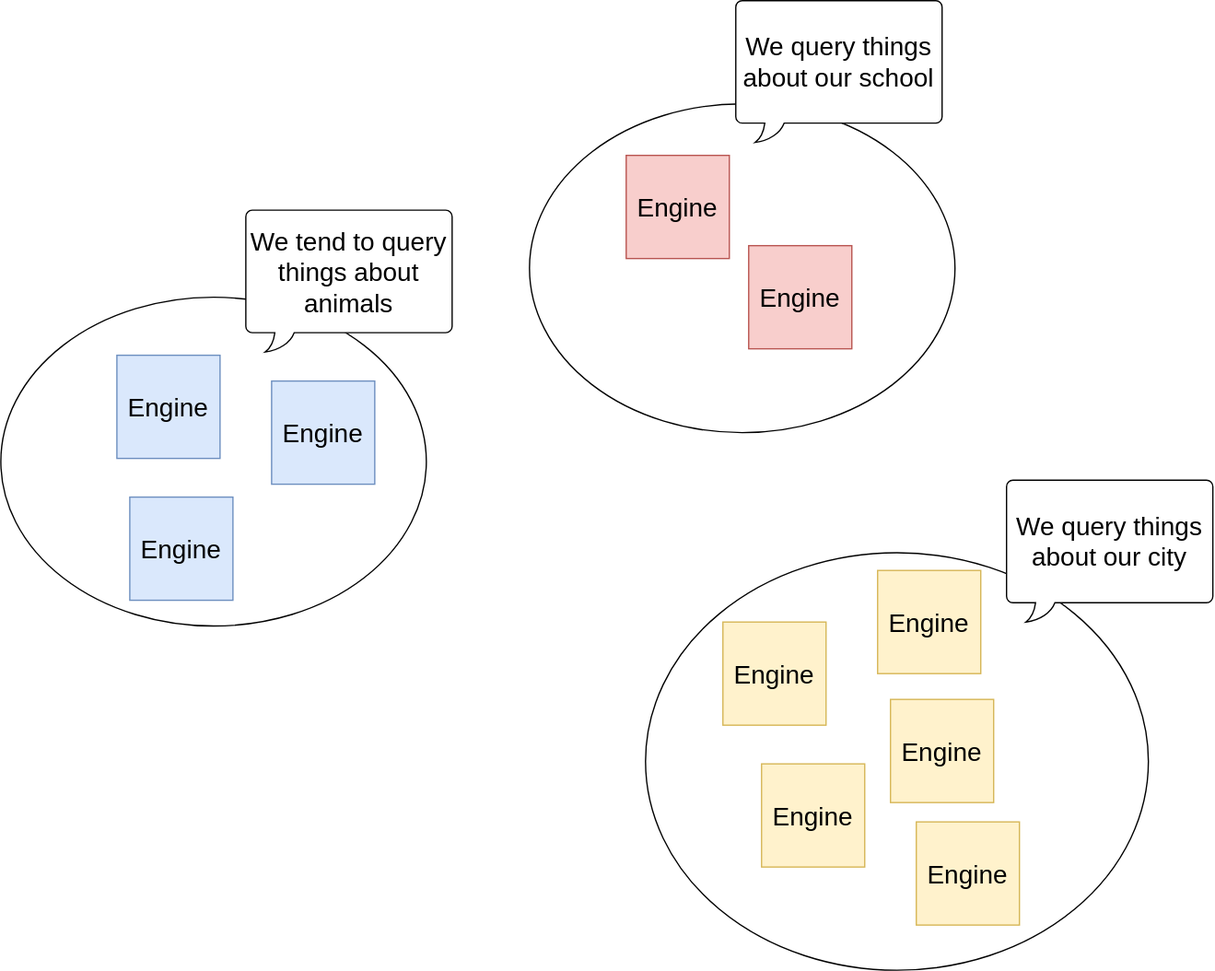
Above: images/unstructured_caching.svg in constraintAutomaton/presentation-iswc-2023-doctoral-consortium-collaboravite-engine (draw.io), before the change. Source tidied: cells renumbered, new cells last; positions are measured from the earlier drawing's top-left corner, leaving out a move shared by most shapes. The source it was exported from:
```xml
<mxGraphModel>
  <root>
    <mxCell id="0" />
    <mxCell id="1" parent="0" />
    <mxCell id="2" style="ellipse;whiteSpace=wrap;html=1;" parent="1" vertex="1">
      <mxGeometry x="500" y="428.1" width="390" height="323.8" as="geometry" />
    </mxCell>
    <mxCell id="3" style="ellipse;whiteSpace=wrap;html=1;" parent="1" vertex="1">
      <mxGeometry x="410" y="80" width="330" height="255" as="geometry" />
    </mxCell>
    <mxCell id="4" style="ellipse;whiteSpace=wrap;html=1;" parent="1" vertex="1">
      <mxGeometry y="230" width="330" height="255" as="geometry" />
    </mxCell>
    <mxCell id="5" value="&lt;font style=&quot;font-size: 20px;&quot;&gt;Engine&lt;/font&gt;" style="whiteSpace=wrap;html=1;fillColor=#dae8fc;strokeColor=#6c8ebf;fontSize=20;" parent="1" vertex="1">
      <mxGeometry x="90" y="275" width="80" height="80" as="geometry" />
    </mxCell>
    <mxCell id="6" value="&lt;font style=&quot;font-size: 20px;&quot;&gt;Engine&lt;/font&gt;" style="whiteSpace=wrap;html=1;fillColor=#dae8fc;strokeColor=#6c8ebf;fontSize=20;" parent="1" vertex="1">
      <mxGeometry x="100" y="385" width="80" height="80" as="geometry" />
    </mxCell>
    <mxCell id="7" value="&lt;font style=&quot;font-size: 20px;&quot;&gt;Engine&lt;/font&gt;" style="whiteSpace=wrap;html=1;fillColor=#dae8fc;strokeColor=#6c8ebf;fontSize=20;" parent="1" vertex="1">
      <mxGeometry x="210" y="295" width="80" height="80" as="geometry" />
    </mxCell>
    <mxCell id="8" value="&lt;font style=&quot;font-size: 20px;&quot;&gt;Engine&lt;/font&gt;" style="whiteSpace=wrap;html=1;fillColor=#fff2cc;strokeColor=#d6b656;fontSize=20;" parent="1" vertex="1">
      <mxGeometry x="560" y="481.9" width="80" height="80" as="geometry" />
    </mxCell>
    <mxCell id="9" value="&lt;font style=&quot;font-size: 20px;&quot;&gt;Engine&lt;/font&gt;" style="whiteSpace=wrap;html=1;fillColor=#fff2cc;strokeColor=#d6b656;fontSize=20;" parent="1" vertex="1">
      <mxGeometry x="590" y="591.9" width="80" height="80" as="geometry" />
    </mxCell>
    <mxCell id="10" value="&lt;font style=&quot;font-size: 20px;&quot;&gt;Engine&lt;/font&gt;" style="whiteSpace=wrap;html=1;fillColor=#fff2cc;strokeColor=#d6b656;fontSize=20;" parent="1" vertex="1">
      <mxGeometry x="680" y="441.9" width="80" height="80" as="geometry" />
    </mxCell>
    <mxCell id="11" value="&lt;font style=&quot;font-size: 20px;&quot;&gt;Engine&lt;/font&gt;" style="whiteSpace=wrap;html=1;fillColor=#fff2cc;strokeColor=#d6b656;fontSize=20;" parent="1" vertex="1">
      <mxGeometry x="690" y="541.9" width="80" height="80" as="geometry" />
    </mxCell>
    <mxCell id="12" value="&lt;font style=&quot;font-size: 20px;&quot;&gt;Engine&lt;/font&gt;" style="whiteSpace=wrap;html=1;fillColor=#fff2cc;strokeColor=#d6b656;fontSize=20;" parent="1" vertex="1">
      <mxGeometry x="710" y="636.9" width="80" height="80" as="geometry" />
    </mxCell>
    <mxCell id="13" value="&lt;font style=&quot;font-size: 20px;&quot;&gt;Engine&lt;/font&gt;" style="whiteSpace=wrap;html=1;fillColor=#f8cecc;strokeColor=#b85450;" parent="1" vertex="1">
      <mxGeometry x="485" y="120" width="80" height="80" as="geometry" />
    </mxCell>
    <mxCell id="14" value="&lt;font style=&quot;font-size: 20px;&quot;&gt;Engine&lt;/font&gt;" style="whiteSpace=wrap;html=1;fillColor=#f8cecc;strokeColor=#b85450;fontSize=20;" parent="1" vertex="1">
      <mxGeometry x="580" y="190" width="80" height="80" as="geometry" />
    </mxCell>
    <mxCell id="15" value="&lt;font style=&quot;font-size: 20px;&quot;&gt;We tend to query things about animals&lt;br style=&quot;font-size: 20px;&quot;&gt;&lt;/font&gt;" style="whiteSpace=wrap;html=1;shape=mxgraph.basic.roundRectCallout;dx=30;dy=15;size=5;boundedLbl=1;fontSize=20;" parent="1" vertex="1">
      <mxGeometry x="190" y="162.5" width="160" height="110" as="geometry" />
    </mxCell>
    <mxCell id="16" value="&lt;font style=&quot;&quot;&gt;&lt;font style=&quot;font-size: 20px;&quot;&gt;We query things about our school&lt;/font&gt;&lt;br&gt;&lt;/font&gt;" style="whiteSpace=wrap;html=1;shape=mxgraph.basic.roundRectCallout;dx=30;dy=15;size=5;boundedLbl=1;" parent="1" vertex="1">
      <mxGeometry x="570" width="160" height="110" as="geometry" />
    </mxCell>
    <mxCell id="17" value="&lt;font style=&quot;&quot;&gt;&lt;font style=&quot;font-size: 20px;&quot;&gt;We query things about our city&lt;/font&gt;&lt;br&gt;&lt;/font&gt;" style="whiteSpace=wrap;html=1;shape=mxgraph.basic.roundRectCallout;dx=30;dy=15;size=5;boundedLbl=1;" parent="1" vertex="1">
      <mxGeometry x="780" y="371.9" width="160" height="110" as="geometry" />
    </mxCell>
  </root>
</mxGraphModel>
```
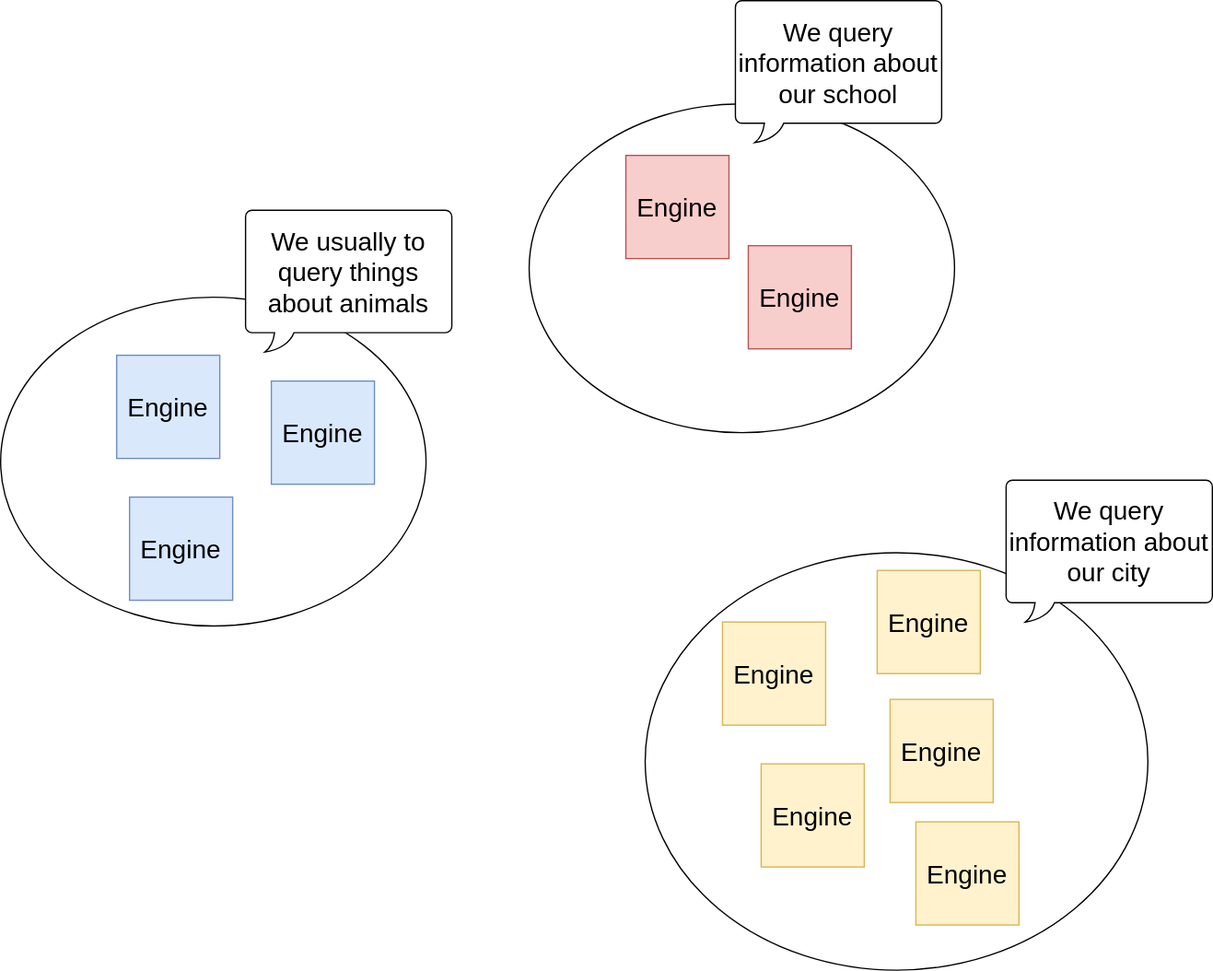
Above is the later version.

Change to the diagram source:
```diff
@@ -41,13 +41,13 @@
     <mxCell id="14" value="&lt;font style=&quot;font-size: 20px;&quot;&gt;Engine&lt;/font&gt;" style="whiteSpace=wrap;html=1;fillColor=#f8cecc;strokeColor=#b85450;fontSize=20;" parent="1" vertex="1">
       <mxGeometry x="580" y="190" width="80" height="80" as="geometry" />
     </mxCell>
-    <mxCell id="15" value="&lt;font style=&quot;font-size: 20px;&quot;&gt;We tend to query things about animals&lt;br style=&quot;font-size: 20px;&quot;&gt;&lt;/font&gt;" style="whiteSpace=wrap;html=1;shape=mxgraph.basic.roundRectCallout;dx=30;dy=15;size=5;boundedLbl=1;fontSize=20;" parent="1" vertex="1">
+    <mxCell id="15" value="&lt;font style=&quot;font-size: 20px;&quot;&gt;We usually to query things about animals&lt;br style=&quot;font-size: 20px;&quot;&gt;&lt;/font&gt;" style="whiteSpace=wrap;html=1;shape=mxgraph.basic.roundRectCallout;dx=30;dy=15;size=5;boundedLbl=1;fontSize=20;" parent="1" vertex="1">
       <mxGeometry x="190" y="162.5" width="160" height="110" as="geometry" />
     </mxCell>
-    <mxCell id="16" value="&lt;font style=&quot;&quot;&gt;&lt;font style=&quot;font-size: 20px;&quot;&gt;We query things about our school&lt;/font&gt;&lt;br&gt;&lt;/font&gt;" style="whiteSpace=wrap;html=1;shape=mxgraph.basic.roundRectCallout;dx=30;dy=15;size=5;boundedLbl=1;" parent="1" vertex="1">
+    <mxCell id="16" value="&lt;font style=&quot;&quot;&gt;&lt;font style=&quot;font-size: 20px;&quot;&gt;We query information about our school&lt;/font&gt;&lt;br&gt;&lt;/font&gt;" style="whiteSpace=wrap;html=1;shape=mxgraph.basic.roundRectCallout;dx=30;dy=15;size=5;boundedLbl=1;" parent="1" vertex="1">
       <mxGeometry x="570" width="160" height="110" as="geometry" />
     </mxCell>
-    <mxCell id="17" value="&lt;font style=&quot;&quot;&gt;&lt;font style=&quot;font-size: 20px;&quot;&gt;We query things about our city&lt;/font&gt;&lt;br&gt;&lt;/font&gt;" style="whiteSpace=wrap;html=1;shape=mxgraph.basic.roundRectCallout;dx=30;dy=15;size=5;boundedLbl=1;" parent="1" vertex="1">
+    <mxCell id="17" value="&lt;font style=&quot;&quot;&gt;&lt;font style=&quot;font-size: 20px;&quot;&gt;We query information about our city&lt;/font&gt;&lt;br&gt;&lt;/font&gt;" style="whiteSpace=wrap;html=1;shape=mxgraph.basic.roundRectCallout;dx=30;dy=15;size=5;boundedLbl=1;" parent="1" vertex="1">
       <mxGeometry x="780" y="371.9" width="160" height="110" as="geometry" />
     </mxCell>
   </root>
```
